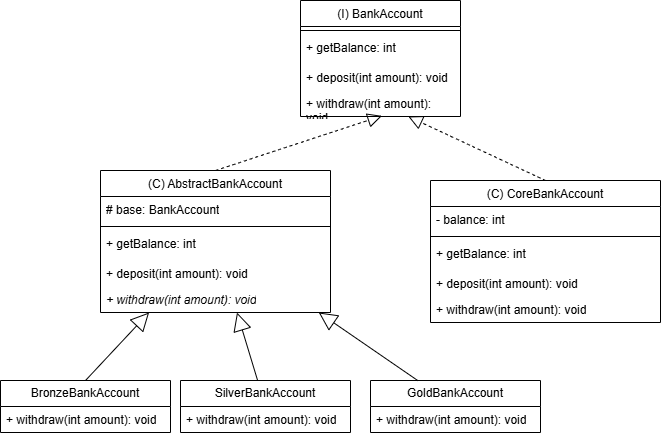
The draw.io diagram pps-lab01b-es1.png in MHS-20/pps-lab01b, before a commit. Source tidied: cells renumbered, new cells last; positions are measured from the earlier drawing's top-left corner, leaving out a move shared by most shapes.
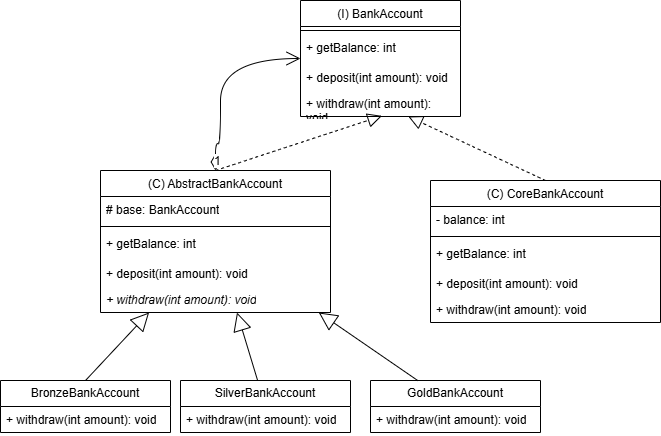
Above is the later version.

What changed in the source:
```diff
@@ -86,5 +86,14 @@
     <mxCell id="29" style="endArrow=block;endSize=16;endFill=0;html=1;rounded=0;fontSize=12;curved=1;" parent="1" edge="1" source="25" target="15">
       <mxGeometry relative="1" as="geometry" />
     </mxCell>
+    <mxCell id="30" value="1" style="endArrow=open;html=1;endSize=12;startArrow=diamondThin;startSize=14;startFill=0;edgeStyle=orthogonalEdgeStyle;align=left;verticalAlign=bottom;rounded=0;fontSize=12;curved=1;" parent="1" edge="1" source="15" target="4">
+      <mxGeometry x="-1" y="3" relative="1" as="geometry">
+        <Array as="points">
+          <mxPoint x="215" y="143" />
+          <mxPoint x="220" y="143" />
+          <mxPoint x="220" y="58" />
+        </Array>
+      </mxGeometry>
+    </mxCell>
   </root>
 </mxGraphModel>
```
